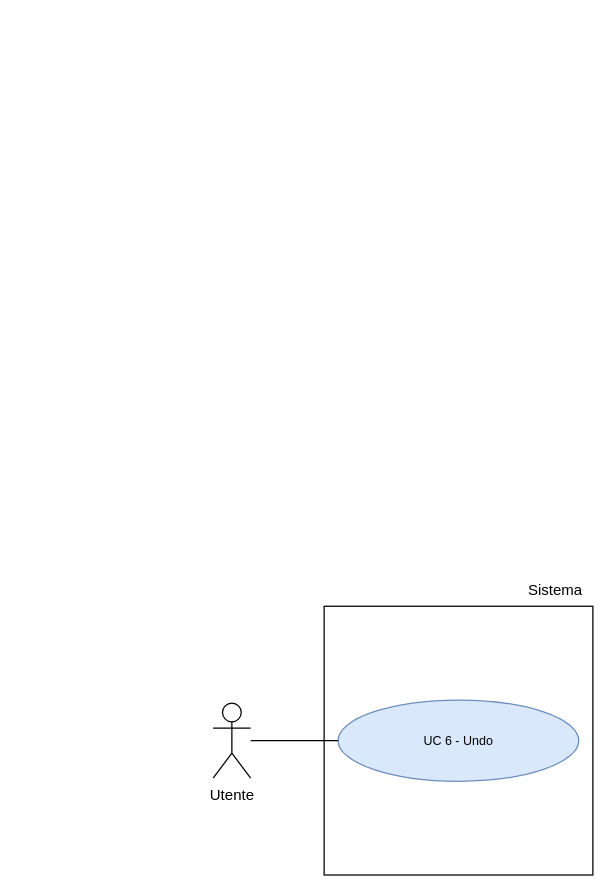
Above: RTB/doc_esterna/analisi-dei-requisiti/assets/draw.io/UC6.drawio in thebitless-group-swe/thebitless.github.io (draw.io), before the change. Source tidied: cells renumbered, new cells numbered last; positions are measured from the earlier drawing's top-left corner, leaving out a move shared by most shapes. Both pictures are drawn from the tidied source at 125%, with x=0, y=0 at pixel (212, 571).
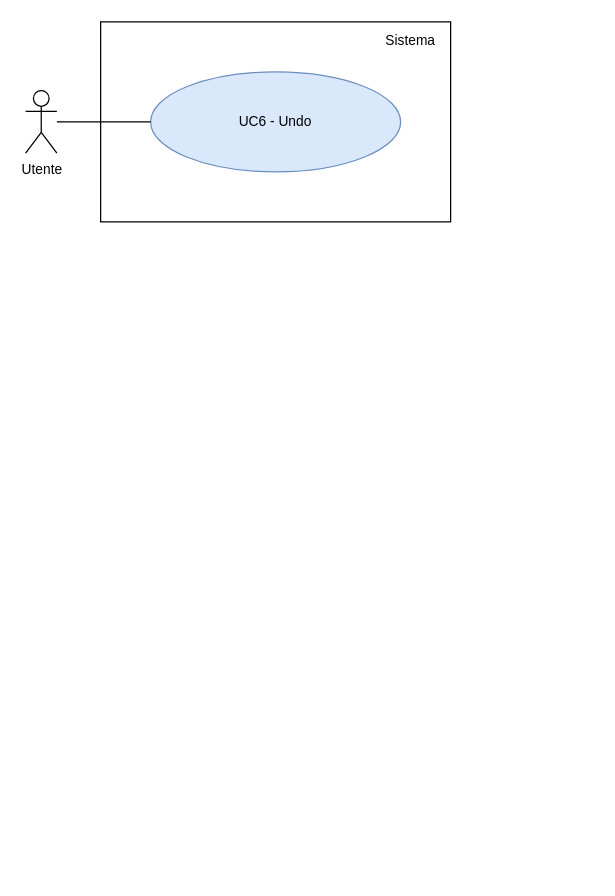
After the change.

Diff of the diagram source:
```diff
@@
 <mxGraphModel>
   <root>
     <mxCell id="0" />
     <mxCell id="1" parent="0" />
-    <mxCell id="2" value="Utente" style="shape=umlActor;verticalLabelPosition=bottom;verticalAlign=top;html=1;outlineConnect=0;" parent="1" vertex="1">
-      <mxGeometry y="105" width="30" height="60" as="geometry" />
+    <mxCell id="2" value="Utente" style="shape=umlActor;verticalLabelPosition=bottom;verticalAlign=top;html=1;outlineConnect=0;fontSize=11;" parent="1" vertex="1">
+      <mxGeometry x="-150" y="-385" width="25" height="50" as="geometry" />
     </mxCell>
-    <mxCell id="3" style="whiteSpace=wrap;html=1;" parent="1" vertex="1">
-      <mxGeometry x="88.8" y="27.5" width="215" height="215" as="geometry" />
-    </mxCell>
+    <mxCell id="7" style="rounded=0;whiteSpace=wrap;html=1;strokeWidth=1;" parent="1" vertex="1">
+      <mxGeometry x="-90" y="-440" width="280" height="160" as="geometry" />
+    </mxCell>
-    <mxCell id="4" value="Sistema" style="text;html=1;whiteSpace=wrap;strokeColor=none;fillColor=none;align=center;verticalAlign=middle;rounded=0;" parent="1" vertex="1">
-      <mxGeometry x="243.8" width="60" height="30" as="geometry" />
+    <mxCell id="4" value="Sistema" style="text;html=1;whiteSpace=wrap;strokeColor=none;fillColor=none;align=right;verticalAlign=middle;fontSize=11;" parent="1" vertex="1">
+      <mxGeometry x="110" y="-435" width="70" height="20" as="geometry" />
     </mxCell>
-    <mxCell id="5" value="UC 6 - Undo" style="ellipse;whiteSpace=wrap;html=1;fillColor=#dae8fc;strokeColor=#6c8ebf;fontSize=10;" parent="1" vertex="1">
-      <mxGeometry x="100" y="102.5" width="192.5" height="65" as="geometry" />
-    </mxCell>
-    <mxCell id="6" style="edgeStyle=none;rounded=0;jettySize=auto;html=1;endArrow=none;endFill=0;" parent="1" edge="1" source="2" target="5">
-      <mxGeometry relative="1" as="geometry" />
-    </mxCell>
+    <mxCell id="8" value="UC6 - Undo" style="ellipse;whiteSpace=wrap;html=1;fillColor=#dae8fc;strokeColor=#6c8ebf;fontSize=11;" parent="1" vertex="1">
+      <mxGeometry x="-50" y="-400" width="200" height="80" as="geometry" />
+    </mxCell>
+    <mxCell id="9" style="edgeStyle=none;rounded=0;jettySize=auto;html=1;endArrow=none;endFill=0;" parent="1" edge="1" source="2" target="8">
+      <mxGeometry relative="1" as="geometry" />
+    </mxCell>
   </root>
 </mxGraphModel>
```
